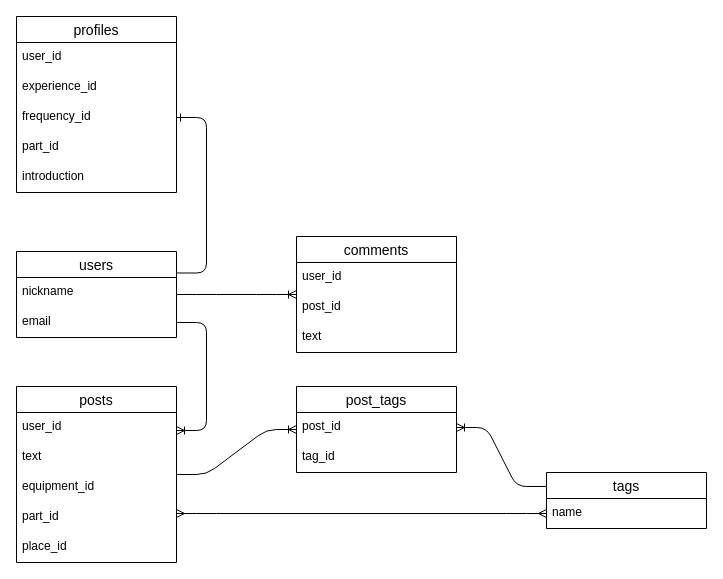
The draw.io diagram share-training.dio in Tsukasa311/share-training, before the edit. Source tidied: cells renumbered, new cells numbered last; positions are measured from the earlier drawing's top-left corner, leaving out a move shared by most shapes. Both pictures are drawn from the tidied source at 100%, with x=0, y=0 at pixel (16, 16).
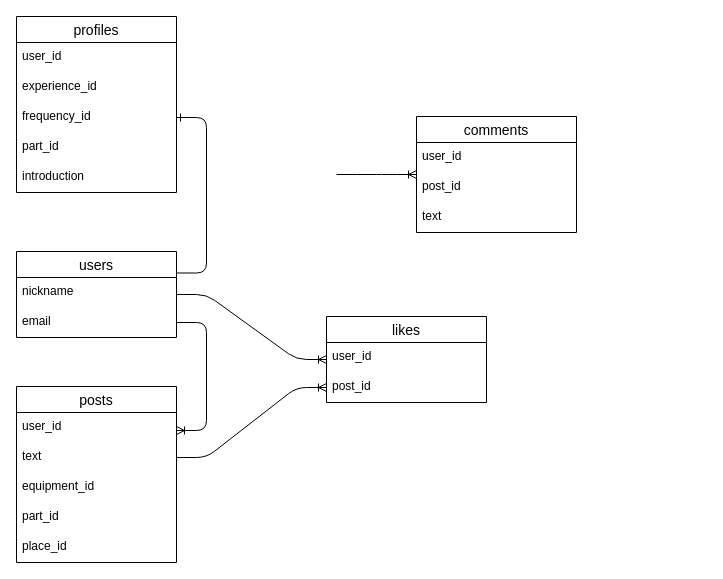
Above is the later version.

Unchanged cells that the change refers to:
```xml
<mxCell id="2" value="users" style="swimlane;fontStyle=0;horizontal=1;startSize=26;align=center;fontSize=14;" parent="1" vertex="1">
  <mxGeometry y="235" width="160" height="86" as="geometry" />
</mxCell>
<mxCell id="5" value="posts" style="swimlane;fontStyle=0;horizontal=1;startSize=26;align=center;fontSize=14;" parent="1" vertex="1">
  <mxGeometry y="370" width="160" height="176" as="geometry" />
</mxCell>
<mxCell id="7" value="text" style="text;strokeColor=none;fillColor=none;spacingLeft=4;spacingRight=4;overflow=hidden;points=[[0,0.5],[1,0.5]];portConstraint=eastwest;fontSize=12;" parent="5" vertex="1">
  <mxGeometry y="56" width="160" height="30" as="geometry" />
</mxCell>
```

The edit, as a diff of the source:
```diff
@@
     <mxCell id="11" value="comments" style="swimlane;fontStyle=0;horizontal=1;startSize=26;align=center;fontSize=14;" parent="1" vertex="1">
-      <mxGeometry x="280" y="220" width="160" height="116" as="geometry" />
+      <mxGeometry x="400" y="100" width="160" height="116" as="geometry" />
     </mxCell>
@@
-    <mxCell id="15" value="tags" style="swimlane;fontStyle=0;horizontal=1;startSize=26;align=center;fontSize=14;" parent="1" vertex="1">
-      <mxGeometry x="530" y="456" width="160" height="56" as="geometry" />
-    </mxCell>
-    <mxCell id="16" value="name" style="text;strokeColor=none;fillColor=none;spacingLeft=4;spacingRight=4;overflow=hidden;points=[[0,0.5],[1,0.5]];portConstraint=eastwest;fontSize=12;" parent="15" vertex="1">
-      <mxGeometry y="26" width="160" height="30" as="geometry" />
-    </mxCell>
-    <mxCell id="17" value="post_tags" style="swimlane;fontStyle=0;horizontal=1;startSize=26;align=center;fontSize=14;" parent="1" vertex="1">
-      <mxGeometry x="280" y="370" width="160" height="86" as="geometry" />
+    <mxCell id="17" value="likes" style="swimlane;fontStyle=0;horizontal=1;startSize=26;align=center;fontSize=14;" parent="1" vertex="1">
+      <mxGeometry x="310" y="300" width="160" height="86" as="geometry" />
     </mxCell>
-    <mxCell id="18" value="post_id" style="text;strokeColor=none;fillColor=none;spacingLeft=4;spacingRight=4;overflow=hidden;points=[[0,0.5],[1,0.5]];portConstraint=eastwest;fontSize=12;" parent="17" vertex="1">
+    <mxCell id="18" value="user_id" style="text;strokeColor=none;fillColor=none;spacingLeft=4;spacingRight=4;overflow=hidden;points=[[0,0.5],[1,0.5]];portConstraint=eastwest;fontSize=12;" parent="17" vertex="1">
       <mxGeometry y="26" width="160" height="30" as="geometry" />
     </mxCell>
-    <mxCell id="19" value="tag_id" style="text;strokeColor=none;fillColor=none;spacingLeft=4;spacingRight=4;overflow=hidden;points=[[0,0.5],[1,0.5]];portConstraint=eastwest;fontSize=12;" parent="17" vertex="1">
+    <mxCell id="19" value="post_id" style="text;strokeColor=none;fillColor=none;spacingLeft=4;spacingRight=4;overflow=hidden;points=[[0,0.5],[1,0.5]];portConstraint=eastwest;fontSize=12;" parent="17" vertex="1">
       <mxGeometry y="56" width="160" height="30" as="geometry" />
     </mxCell>
-    <mxCell id="20" style="edgeStyle=entityRelationEdgeStyle;fontSize=12;html=1;endArrow=ERoneToMany;" parent="1" edge="1" source="2" target="11">
-      <mxGeometry relative="1" as="geometry" />
+    <mxCell id="20" style="edgeStyle=entityRelationEdgeStyle;fontSize=12;html=1;endArrow=ERoneToMany;" parent="1" edge="1" target="11">
+      <mxGeometry relative="1" as="geometry">
+        <mxPoint x="320" y="158" as="sourcePoint" />
+      </mxGeometry>
     </mxCell>
@@
-    <mxCell id="22" style="edgeStyle=entityRelationEdgeStyle;fontSize=12;html=1;endArrow=ERoneToMany;" parent="1" edge="1" source="5" target="17">
+    <mxCell id="22" style="edgeStyle=entityRelationEdgeStyle;fontSize=12;html=1;endArrow=ERoneToMany;" parent="1" edge="1" source="2" target="17">
       <mxGeometry relative="1" as="geometry" />
     </mxCell>
-    <mxCell id="23" style="edgeStyle=entityRelationEdgeStyle;fontSize=12;html=1;endArrow=ERoneToMany;exitX=0;exitY=0.25;exitDx=0;exitDy=0;entryX=1;entryY=0.5;entryDx=0;entryDy=0;" parent="1" edge="1" source="15" target="18">
-      <mxGeometry relative="1" as="geometry" />
-    </mxCell>
-    <mxCell id="24" style="edgeStyle=entityRelationEdgeStyle;fontSize=12;html=1;endArrow=ERmany;startArrow=ERmany;entryX=0;entryY=0.5;entryDx=0;entryDy=0;" parent="1" edge="1" target="16">
-      <mxGeometry relative="1" as="geometry">
-        <mxPoint x="160" y="497" as="sourcePoint" />
-      </mxGeometry>
-    </mxCell>
@@
+    <mxCell id="32" style="edgeStyle=entityRelationEdgeStyle;fontSize=12;html=1;endArrow=ERoneToMany;" parent="1" edge="1" source="7" target="19">
+      <mxGeometry relative="1" as="geometry" />
+    </mxCell>
```
